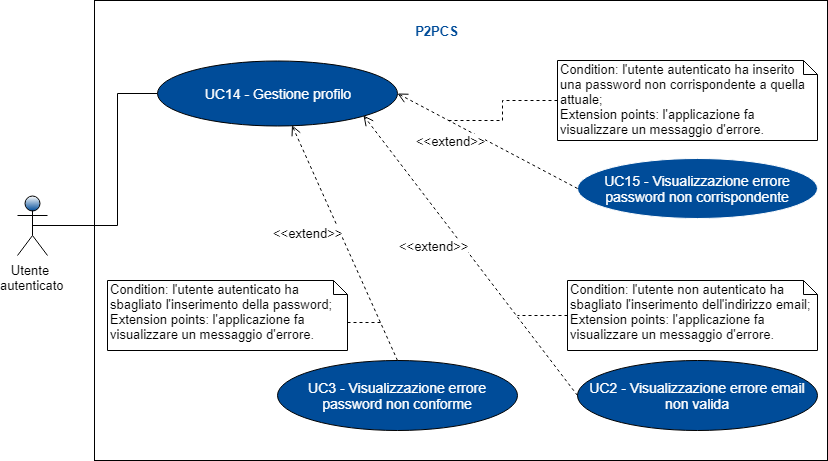
The draw.io diagram RQ/Esterni/Analisi_dei_requisiti/res/images/Schemagenerale5.png in ZeusCode17/P2PCS, before a commit. Source tidied: cells renumbered, new cells last; positions are measured from the earlier drawing's top-left corner, leaving out a move shared by most shapes. Its diagram source:
```xml
<mxGraphModel>
  <root>
    <mxCell id="0" />
    <mxCell id="1" parent="0" />
    <mxCell id="2" style="rounded=0;whiteSpace=wrap;html=1;" parent="1" vertex="1">
      <mxGeometry x="77" width="733" height="460" as="geometry" />
    </mxCell>
    <mxCell id="3" style="edgeStyle=orthogonalEdgeStyle;rounded=0;jettySize=auto;html=1;endArrow=none;endFill=0;fontSize=14;fontColor=#FFFFFF;exitX=0.5;exitY=0.5;exitDx=0;exitDy=0;exitPerimeter=0;" parent="1" edge="1" source="4" target="5">
      <mxGeometry relative="1" as="geometry">
        <Array as="points">
          <mxPoint x="100" y="225" />
          <mxPoint x="100" y="93" />
        </Array>
      </mxGeometry>
    </mxCell>
    <mxCell id="4" value="Utente&amp;nbsp;&lt;br&gt;autenticato&lt;br style=&quot;font-size: 13px&quot;&gt;" style="shape=umlActor;verticalLabelPosition=bottom;labelBackgroundColor=#ffffff;verticalAlign=top;html=1;shadow=0;strokeColor=#000000;fillColor=#004C99;gradientColor=#ffffff;fontFamily=Helvetica;fontSize=13;fontColor=#000000;gradientDirection=north;" parent="1" vertex="1">
      <mxGeometry y="195" width="30" height="60" as="geometry" />
    </mxCell>
    <mxCell id="5" value="UC14 - Gestione profilo&lt;br&gt;" style="ellipse;whiteSpace=wrap;html=1;fontSize=14;fontColor=#FFFFFF;fillColor=#004C99;" parent="1" vertex="1">
      <mxGeometry x="140" y="60" width="240" height="65" as="geometry" />
    </mxCell>
    <mxCell id="6" value="UC3 - Visualizzazione errore password non conforme" style="ellipse;whiteSpace=wrap;html=1;fontSize=14;fontColor=#FFFFFF;fillColor=#004C99;" parent="1" vertex="1">
      <mxGeometry x="260" y="360" width="240" height="70" as="geometry" />
    </mxCell>
    <mxCell id="7" value="UC15 - Visualizzazione errore password non corrispondente&lt;br&gt;" style="ellipse;whiteSpace=wrap;html=1;strokeColor=#FFFFFF;fillColor=#004C99;fontSize=14;fontColor=#FFFFFF;" parent="1" vertex="1">
      <mxGeometry x="560" y="157.5" width="240" height="60" as="geometry" />
    </mxCell>
    <mxCell id="8" value="P2PCS" style="text;html=1;strokeColor=none;fillColor=none;align=center;verticalAlign=middle;whiteSpace=wrap;rounded=0;fontSize=13;fontStyle=1;fontColor=#004C99;" parent="1" vertex="1">
      <mxGeometry x="382.5" y="20" width="73" height="20" as="geometry" />
    </mxCell>
    <mxCell id="9" value="&amp;lt;&amp;lt;extend&amp;gt;&amp;gt;&lt;br&gt;" style="html=1;verticalAlign=middle;endArrow=open;dashed=1;endSize=8;fontSize=13;fontColor=#000000;entryX=1;entryY=0.5;entryDx=0;entryDy=0;exitX=0;exitY=0.5;exitDx=0;exitDy=0;labelPosition=left;verticalLabelPosition=middle;align=right;" parent="1" edge="1" source="7" target="5">
      <mxGeometry relative="1" as="geometry" />
    </mxCell>
    <mxCell id="10" value="&amp;lt;&amp;lt;extend&amp;gt;&amp;gt;" style="html=1;verticalAlign=bottom;endArrow=open;dashed=1;endSize=8;fontSize=13;fontColor=#000000;labelPosition=left;verticalLabelPosition=top;align=right;exitX=0.5;exitY=0;exitDx=0;exitDy=0;" parent="1" edge="1" source="6" target="5">
      <mxGeometry relative="1" as="geometry" />
    </mxCell>
    <mxCell id="11" style="edgeStyle=orthogonalEdgeStyle;rounded=0;jettySize=auto;html=1;exitX=0;exitY=0.5;exitDx=0;exitDy=0;exitPerimeter=0;dashed=1;endArrow=none;endFill=0;" parent="1" edge="1" source="12">
      <mxGeometry relative="1" as="geometry">
        <mxPoint x="430" y="120" as="targetPoint" />
      </mxGeometry>
    </mxCell>
    <mxCell id="12" value="Condition:&amp;nbsp;l'utente autenticato ha inserito una password non corrispondente a quella attuale;&lt;br style=&quot;font-size: 13px&quot;&gt;Extension points:&amp;nbsp;l'applicazione fa visualizzare un messaggio d'errore.&lt;br style=&quot;font-size: 13px&quot;&gt;" style="shape=note;whiteSpace=wrap;html=1;size=14;verticalAlign=top;align=left;spacingTop=-6;fontSize=13;fontColor=#000000;" parent="1" vertex="1">
      <mxGeometry x="540" y="60" width="260" height="80" as="geometry" />
    </mxCell>
    <mxCell id="13" style="edgeStyle=orthogonalEdgeStyle;rounded=0;jettySize=auto;html=1;exitX=0;exitY=0;exitDx=240;exitDy=42;exitPerimeter=0;dashed=1;endArrow=none;endFill=0;" parent="1" edge="1" source="14">
      <mxGeometry relative="1" as="geometry">
        <mxPoint x="363" y="322" as="targetPoint" />
      </mxGeometry>
    </mxCell>
    <mxCell id="14" value="Condition:&amp;nbsp;l'utente autenticato ha sbagliato l'inserimento della password;&lt;br style=&quot;font-size: 13px&quot;&gt;Extension points:&amp;nbsp;l'applicazione fa visualizzare un messaggio d'errore.&lt;br style=&quot;font-size: 13px&quot;&gt;" style="shape=note;whiteSpace=wrap;html=1;size=14;verticalAlign=top;align=left;spacingTop=-6;fontSize=13;fontColor=#000000;" parent="1" vertex="1">
      <mxGeometry x="90" y="280" width="240" height="70" as="geometry" />
    </mxCell>
    <mxCell id="15" value="UC2 - Visualizzazione errore email non valida" style="ellipse;whiteSpace=wrap;html=1;fontSize=14;fontColor=#FFFFFF;fillColor=#004C99;" parent="1" vertex="1">
      <mxGeometry x="560" y="360" width="240" height="70" as="geometry" />
    </mxCell>
    <mxCell id="16" style="edgeStyle=orthogonalEdgeStyle;rounded=0;jettySize=auto;html=1;exitX=0;exitY=0.5;exitDx=0;exitDy=0;exitPerimeter=0;dashed=1;endArrow=none;endFill=0;" parent="1" edge="1" source="17">
      <mxGeometry relative="1" as="geometry">
        <mxPoint x="500" y="315" as="targetPoint" />
      </mxGeometry>
    </mxCell>
    <mxCell id="17" value="Condition: l'utente non autenticato ha sbagliato l'inserimento dell'indirizzo email; &lt;br&gt;Extension points:&amp;nbsp;l'applicazione fa visualizzare un messaggio d'errore.&lt;br&gt;" style="shape=note;whiteSpace=wrap;html=1;size=14;verticalAlign=top;align=left;spacingTop=-6;fontSize=13;fontColor=#000000;" parent="1" vertex="1">
      <mxGeometry x="550" y="280" width="250" height="70" as="geometry" />
    </mxCell>
    <mxCell id="18" value="&amp;lt;&amp;lt;extend&amp;gt;&amp;gt;" style="html=1;verticalAlign=bottom;endArrow=open;dashed=1;endSize=8;fontSize=13;fontColor=#000000;labelPosition=left;verticalLabelPosition=top;align=right;exitX=0;exitY=0.5;exitDx=0;exitDy=0;entryX=1;entryY=1;entryDx=0;entryDy=0;" parent="1" edge="1" source="15" target="5">
      <mxGeometry relative="1" as="geometry" />
    </mxCell>
  </root>
</mxGraphModel>
```
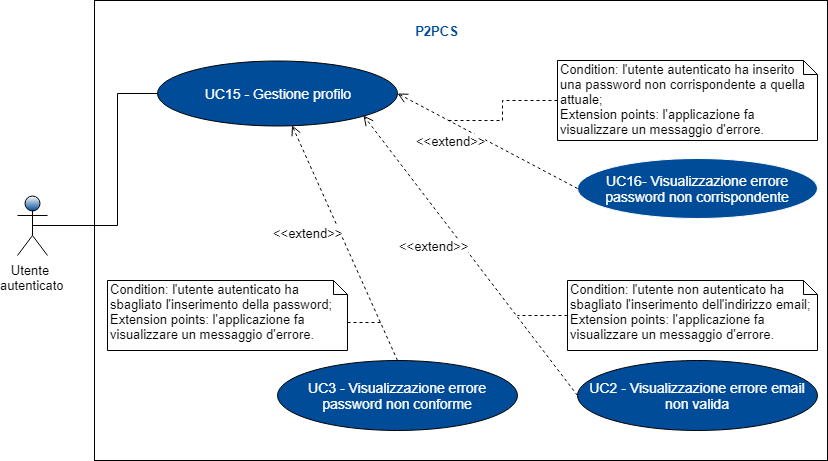
The same file after the commit.

What changed in the source:
```diff
@@ -16,13 +16,13 @@
     <mxCell id="4" value="Utente&amp;nbsp;&lt;br&gt;autenticato&lt;br style=&quot;font-size: 13px&quot;&gt;" style="shape=umlActor;verticalLabelPosition=bottom;labelBackgroundColor=#ffffff;verticalAlign=top;html=1;shadow=0;strokeColor=#000000;fillColor=#004C99;gradientColor=#ffffff;fontFamily=Helvetica;fontSize=13;fontColor=#000000;gradientDirection=north;" parent="1" vertex="1">
       <mxGeometry y="195" width="30" height="60" as="geometry" />
     </mxCell>
-    <mxCell id="5" value="UC14 - Gestione profilo&lt;br&gt;" style="ellipse;whiteSpace=wrap;html=1;fontSize=14;fontColor=#FFFFFF;fillColor=#004C99;" parent="1" vertex="1">
+    <mxCell id="5" value="UC15 - Gestione profilo&lt;br&gt;" style="ellipse;whiteSpace=wrap;html=1;fontSize=14;fontColor=#FFFFFF;fillColor=#004C99;" parent="1" vertex="1">
       <mxGeometry x="140" y="60" width="240" height="65" as="geometry" />
     </mxCell>
     <mxCell id="6" value="UC3 - Visualizzazione errore password non conforme" style="ellipse;whiteSpace=wrap;html=1;fontSize=14;fontColor=#FFFFFF;fillColor=#004C99;" parent="1" vertex="1">
       <mxGeometry x="260" y="360" width="240" height="70" as="geometry" />
     </mxCell>
-    <mxCell id="7" value="UC15 - Visualizzazione errore password non corrispondente&lt;br&gt;" style="ellipse;whiteSpace=wrap;html=1;strokeColor=#FFFFFF;fillColor=#004C99;fontSize=14;fontColor=#FFFFFF;" parent="1" vertex="1">
+    <mxCell id="7" value="UC16- Visualizzazione errore password non corrispondente&lt;br&gt;" style="ellipse;whiteSpace=wrap;html=1;strokeColor=#FFFFFF;fillColor=#004C99;fontSize=14;fontColor=#FFFFFF;" parent="1" vertex="1">
       <mxGeometry x="560" y="157.5" width="240" height="60" as="geometry" />
     </mxCell>
     <mxCell id="8" value="P2PCS" style="text;html=1;strokeColor=none;fillColor=none;align=center;verticalAlign=middle;whiteSpace=wrap;rounded=0;fontSize=13;fontStyle=1;fontColor=#004C99;" parent="1" vertex="1">
```
